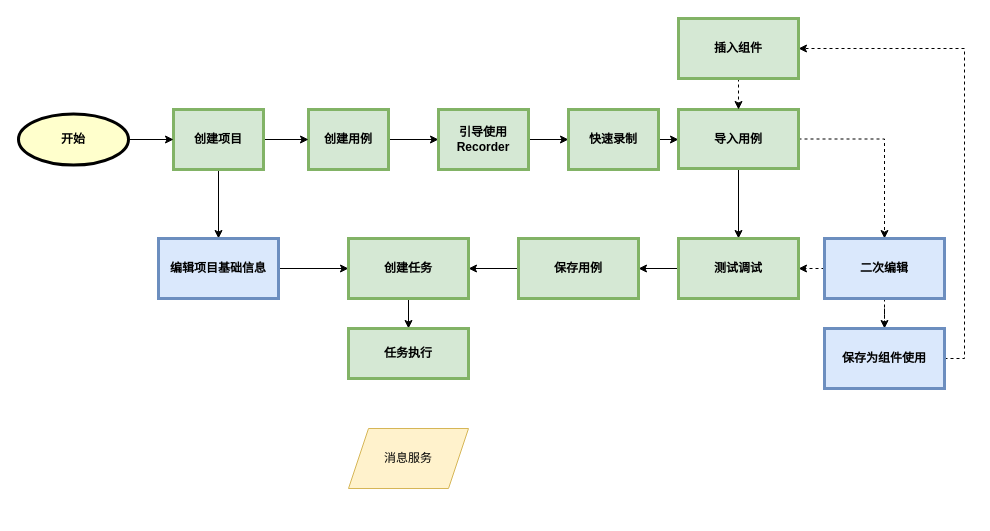
Earlier version of the draw.io diagram UItest流程图.drawio (Alvabill/drawio). Source tidied: cells renumbered, new cells numbered last; positions are measured from the earlier drawing's top-left corner, leaving out a move shared by most shapes. Both pictures are drawn from the tidied source at 100%, with x=0, y=0 at pixel (18, 18).
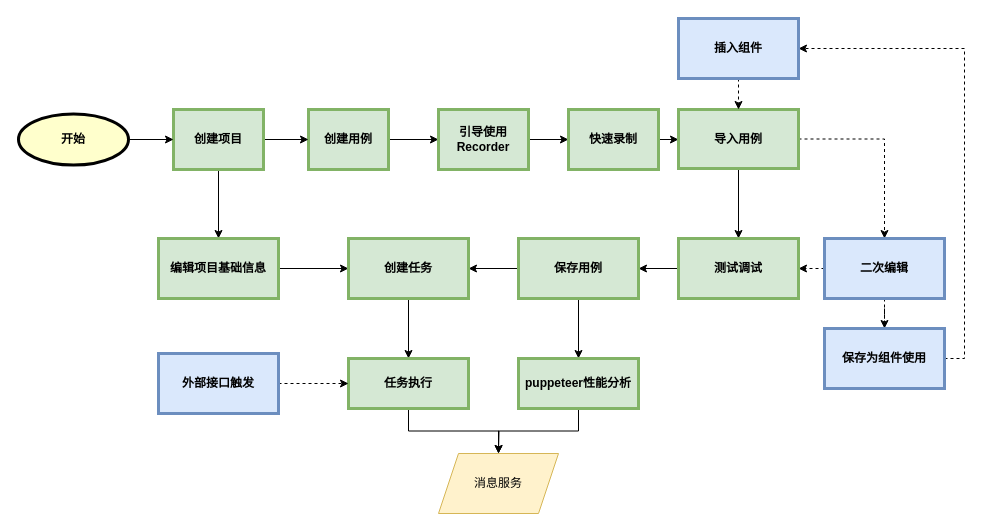
The same page after the edit.

The change refers to these unchanged cells:
```xml
<mxCell id="28" value="保存用例" style="whiteSpace=wrap;html=1;fillColor=#d5e8d4;strokeColor=#82b366;fontStyle=1;strokeWidth=3;" parent="1" vertex="1">
  <mxGeometry x="500" y="220" width="120" height="60" as="geometry" />
</mxCell>
```

Diff of the diagram source:
```diff
@@
-    <mxCell id="20" value="编辑项目基础信息" style="whiteSpace=wrap;html=1;fillColor=#dae8fc;strokeColor=#6c8ebf;fontStyle=1;strokeWidth=3;" parent="1" vertex="1">
+    <mxCell id="20" value="编辑项目基础信息" style="whiteSpace=wrap;html=1;fillColor=#d5e8d4;strokeColor=#82b366;fontStyle=1;strokeWidth=3;" parent="1" vertex="1">
       <mxGeometry x="140" y="220" width="120" height="60" as="geometry" />
     </mxCell>
@@
-    <mxCell id="26" value="插入组件" style="whiteSpace=wrap;html=1;fillColor=#d5e8d4;strokeColor=#82b366;fontStyle=1;strokeWidth=3;" parent="1" vertex="1">
+    <mxCell id="26" value="插入组件" style="whiteSpace=wrap;html=1;fillColor=#dae8fc;strokeColor=#6c8ebf;fontStyle=1;strokeWidth=3;" parent="1" vertex="1">
       <mxGeometry x="660" width="120" height="60" as="geometry" />
     </mxCell>
@@
+    <mxCell id="33" style="edgeStyle=orthogonalEdgeStyle;rounded=0;jettySize=auto;html=1;exitX=0.5;exitY=1;exitDx=0;exitDy=0;entryX=0.5;entryY=0;entryDx=0;entryDy=0;" parent="1" edge="1" source="28" target="36">
+      <mxGeometry relative="1" as="geometry" />
+    </mxCell>
@@
+    <mxCell id="34" style="edgeStyle=orthogonalEdgeStyle;rounded=0;jettySize=auto;html=1;exitX=0.5;exitY=1;exitDx=0;exitDy=0;" parent="1" edge="1" source="31">
+      <mxGeometry relative="1" as="geometry">
+        <mxPoint x="480" y="435" as="targetPoint" />
+      </mxGeometry>
+    </mxCell>
     <mxCell id="31" value="任务执行" style="whiteSpace=wrap;html=1;fillColor=#d5e8d4;strokeColor=#82b366;fontStyle=1;strokeWidth=3;" parent="1" vertex="1">
-      <mxGeometry x="330" y="310" width="120" height="50" as="geometry" />
+      <mxGeometry x="330" y="340" width="120" height="50" as="geometry" />
     </mxCell>
     <mxCell id="32" value="消息服务" style="shape=parallelogram;perimeter=parallelogramPerimeter;whiteSpace=wrap;html=1;fixedSize=1;fillColor=#fff2cc;strokeColor=#d6b656;" parent="1" vertex="1">
-      <mxGeometry x="330" y="410" width="120" height="60" as="geometry" />
+      <mxGeometry x="420" y="435" width="120" height="60" as="geometry" />
     </mxCell>
+    <mxCell id="35" style="edgeStyle=orthogonalEdgeStyle;rounded=0;jettySize=auto;html=1;exitX=0.5;exitY=1;exitDx=0;exitDy=0;" parent="1" edge="1" source="36" target="32">
+      <mxGeometry relative="1" as="geometry" />
+    </mxCell>
+    <mxCell id="36" value="puppeteer性能分析" style="whiteSpace=wrap;html=1;fillColor=#d5e8d4;strokeColor=#82b366;fontStyle=1;strokeWidth=3;" parent="1" vertex="1">
+      <mxGeometry x="500" y="340" width="120" height="50" as="geometry" />
+    </mxCell>
+    <mxCell id="37" style="edgeStyle=orthogonalEdgeStyle;rounded=0;jettySize=auto;html=1;exitX=1;exitY=0.5;exitDx=0;exitDy=0;entryX=0;entryY=0.5;entryDx=0;entryDy=0;dashed=1;" parent="1" edge="1" source="38" target="31">
+      <mxGeometry relative="1" as="geometry" />
+    </mxCell>
+    <mxCell id="38" value="外部接口触发" style="whiteSpace=wrap;html=1;fillColor=#dae8fc;strokeColor=#6c8ebf;fontStyle=1;strokeWidth=3;" parent="1" vertex="1">
+      <mxGeometry x="140" y="335" width="120" height="60" as="geometry" />
+    </mxCell>
```
